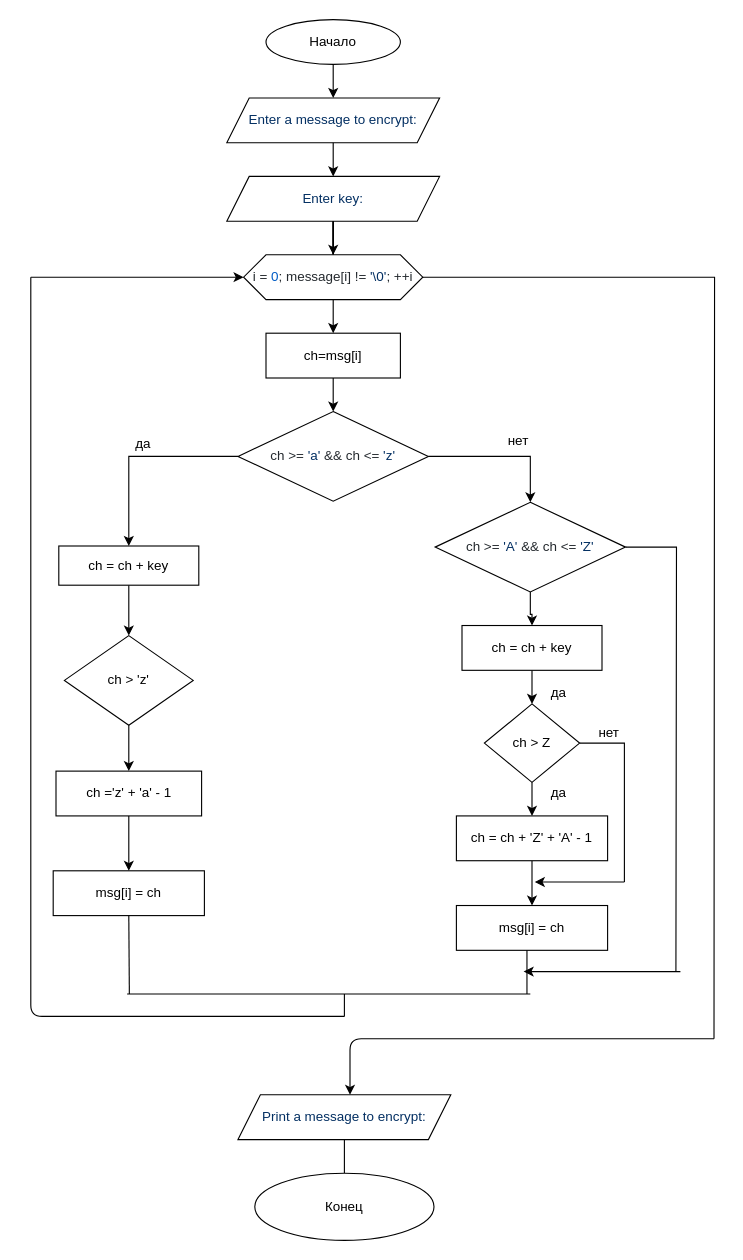
Longnguyen2006/Caesar-cipher keeps this draw.io diagram as Untitled Diagram.drawio. Above is the earlier version. Source tidied: cells renumbered, new cells numbered last; positions are measured from the earlier drawing's top-left corner, leaving out a move shared by most shapes. Both pictures are drawn from the tidied source at 112%, with x=0, y=0 at pixel (30, 19).
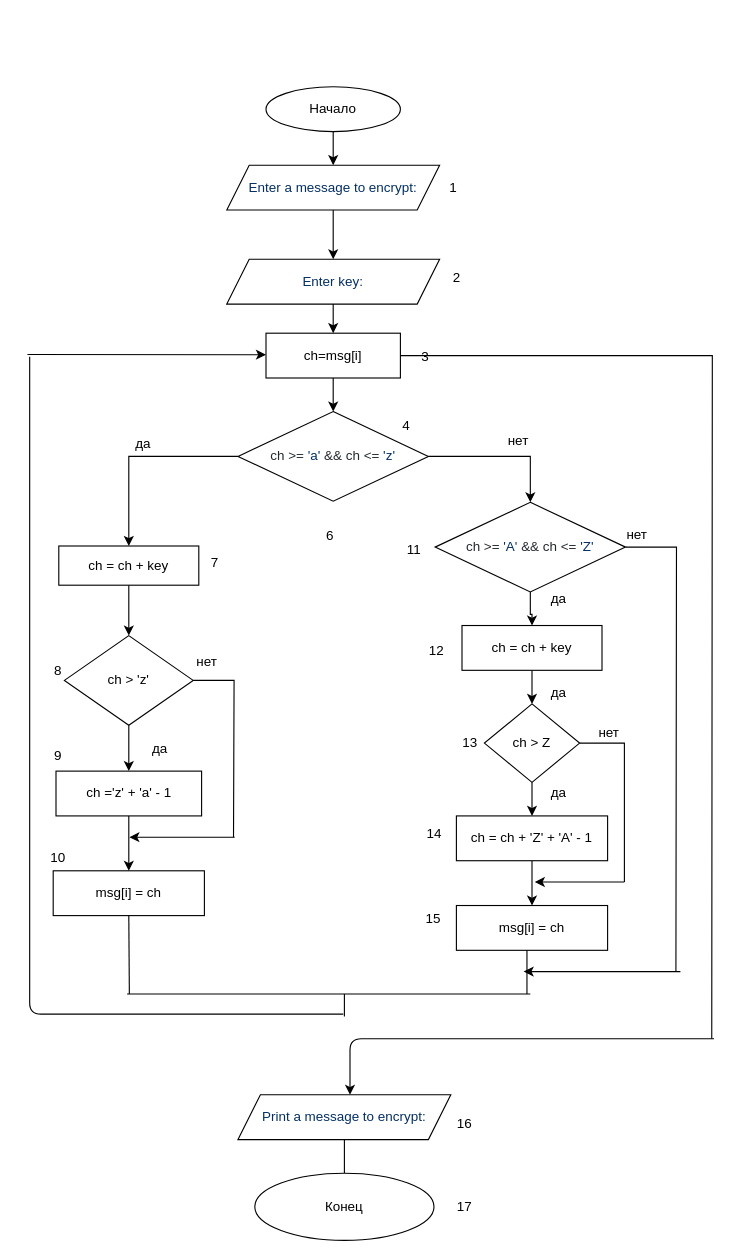
The same page after the edit.

The change refers to these unchanged cells:
```xml
<mxCell id="7" value="ch=msg[i]" style="whiteSpace=wrap;html=1;" parent="1" vertex="1">
  <mxGeometry x="210" y="280" width="120" height="40" as="geometry" />
</mxCell>
<mxCell id="25" value="ch &amp;gt; 'z'" style="rhombus;whiteSpace=wrap;html=1;" parent="1" vertex="1">
  <mxGeometry x="30" y="550" width="115" height="80" as="geometry" />
</mxCell>
```

Change to the diagram source:
```diff
@@
     <mxCell id="3" value="Начало" style="ellipse;whiteSpace=wrap;html=1;" parent="1" vertex="1">
-      <mxGeometry x="210" width="120" height="40" as="geometry" />
+      <mxGeometry x="210" y="60" width="120" height="40" as="geometry" />
     </mxCell>
-    <mxCell id="4" style="edgeStyle=orthogonalEdgeStyle;rounded=0;jettySize=auto;html=1;" parent="1" edge="1" source="14" target="7">
-      <mxGeometry relative="1" as="geometry" />
-    </mxCell>
     <mxCell id="5" value="&lt;span style=&quot;color: rgb(3 , 47 , 98) ; font-family: , &amp;#34;consolas&amp;#34; , &amp;#34;liberation mono&amp;#34; , &amp;#34;menlo&amp;#34; , monospace ; background-color: rgb(255 , 255 , 255)&quot;&gt;Enter a message to encrypt:&lt;/span&gt;" style="shape=parallelogram;perimeter=parallelogramPerimeter;whiteSpace=wrap;html=1;fixedSize=1;" parent="1" vertex="1">
-      <mxGeometry x="175" y="70" width="190" height="40" as="geometry" />
+      <mxGeometry x="175" y="130" width="190" height="40" as="geometry" />
     </mxCell>
@@
+    <mxCell id="54" style="edgeStyle=orthogonalEdgeStyle;rounded=0;jettySize=auto;html=1;endArrow=none;endFill=0;" parent="1" edge="1" source="7">
+      <mxGeometry relative="1" as="geometry">
+        <mxPoint x="608" y="910" as="targetPoint" />
+      </mxGeometry>
+    </mxCell>
@@
-    <mxCell id="8" value="&#10;&#10;&lt;span style=&quot;color: rgb(3, 47, 98); font-size: 12px; font-style: normal; font-weight: 400; letter-spacing: normal; text-indent: 0px; text-transform: none; word-spacing: 0px; background-color: rgb(255, 255, 255); display: inline; float: none;&quot;&gt;Enter key:&lt;/span&gt;&#10;&#10;" style="shape=parallelogram;perimeter=parallelogramPerimeter;whiteSpace=wrap;html=1;fixedSize=1;" parent="1" vertex="1">
-      <mxGeometry x="175" y="140" width="190" height="40" as="geometry" />
-    </mxCell>
+    <mxCell id="55" style="edgeStyle=orthogonalEdgeStyle;rounded=0;jettySize=auto;html=1;exitX=0.5;exitY=1;exitDx=0;exitDy=0;entryX=0.5;entryY=0;entryDx=0;entryDy=0;" parent="1" edge="1" source="8" target="7">
+      <mxGeometry relative="1" as="geometry" />
+    </mxCell>
@@
-    <mxCell id="10" style="edgeStyle=orthogonalEdgeStyle;rounded=0;jettySize=auto;html=1;endArrow=none;endFill=0;" parent="1" edge="1" source="14" target="8">
-      <mxGeometry relative="1" as="geometry" />
-    </mxCell>
-    <mxCell id="11" style="edgeStyle=orthogonalEdgeStyle;rounded=0;jettySize=auto;html=1;endArrow=none;endFill=0;" parent="1" edge="1" source="14" target="8">
-      <mxGeometry relative="1" as="geometry" />
-    </mxCell>
-    <mxCell id="12" style="edgeStyle=orthogonalEdgeStyle;rounded=0;jettySize=auto;html=1;endArrow=none;endFill=0;" parent="1" edge="1" source="14" target="8">
-      <mxGeometry relative="1" as="geometry" />
-    </mxCell>
-    <mxCell id="13" style="edgeStyle=orthogonalEdgeStyle;rounded=0;jettySize=auto;html=1;endArrow=none;endFill=0;" parent="1" edge="1" source="14">
-      <mxGeometry relative="1" as="geometry">
-        <mxPoint x="610" y="910" as="targetPoint" />
-      </mxGeometry>
-    </mxCell>
-    <mxCell id="14" value="&lt;span style=&quot;color: rgb(36 , 41 , 46) ; font-family: , &amp;#34;consolas&amp;#34; , &amp;#34;liberation mono&amp;#34; , &amp;#34;menlo&amp;#34; , monospace ; background-color: rgb(255 , 255 , 255)&quot;&gt;i = &lt;/span&gt;&lt;span class=&quot;pl-c1&quot; style=&quot;box-sizing: border-box ; color: rgb(0 , 92 , 197) ; font-family: , &amp;#34;consolas&amp;#34; , &amp;#34;liberation mono&amp;#34; , &amp;#34;menlo&amp;#34; , monospace ; background-color: rgb(255 , 255 , 255)&quot;&gt;0&lt;/span&gt;&lt;span style=&quot;color: rgb(36 , 41 , 46) ; font-family: , &amp;#34;consolas&amp;#34; , &amp;#34;liberation mono&amp;#34; , &amp;#34;menlo&amp;#34; , monospace ; background-color: rgb(255 , 255 , 255)&quot;&gt;; message[i] != &lt;/span&gt;&lt;span class=&quot;pl-s&quot; style=&quot;box-sizing: border-box ; color: rgb(3 , 47 , 98) ; font-family: , &amp;#34;consolas&amp;#34; , &amp;#34;liberation mono&amp;#34; , &amp;#34;menlo&amp;#34; , monospace ; background-color: rgb(255 , 255 , 255)&quot;&gt;&lt;span class=&quot;pl-pds&quot; style=&quot;box-sizing: border-box&quot;&gt;'&lt;/span&gt;&lt;span class=&quot;pl-cce&quot; style=&quot;box-sizing: border-box&quot;&gt;\0&lt;/span&gt;&lt;span class=&quot;pl-pds&quot; style=&quot;box-sizing: border-box&quot;&gt;'&lt;/span&gt;&lt;/span&gt;&lt;span style=&quot;color: rgb(36 , 41 , 46) ; font-family: , &amp;#34;consolas&amp;#34; , &amp;#34;liberation mono&amp;#34; , &amp;#34;menlo&amp;#34; , monospace ; background-color: rgb(255 , 255 , 255)&quot;&gt;; ++i&lt;/span&gt;" style="shape=hexagon;perimeter=hexagonPerimeter2;whiteSpace=wrap;html=1;fixedSize=1;" parent="1" vertex="1">
-      <mxGeometry x="190" y="210" width="160" height="40" as="geometry" />
-    </mxCell>
-    <mxCell id="15" style="edgeStyle=orthogonalEdgeStyle;rounded=0;jettySize=auto;html=1;" parent="1" edge="1" source="8" target="14">
-      <mxGeometry relative="1" as="geometry" />
-    </mxCell>
@@
+    <mxCell id="56" style="edgeStyle=orthogonalEdgeStyle;rounded=0;jettySize=auto;html=1;endArrow=none;endFill=0;" parent="1" edge="1" source="25">
+      <mxGeometry relative="1" as="geometry">
+        <mxPoint x="181" y="730" as="targetPoint" />
+      </mxGeometry>
+    </mxCell>
@@
     <mxCell id="47" style="edgeStyle=segmentEdgeStyle;endArrow=none;html=1;endFill=0;" parent="1" edge="1">
       <mxGeometry relative="1" as="geometry">
-        <mxPoint x="280" y="890" as="sourcePoint" />
-        <mxPoint y="230" as="targetPoint" />
+        <mxPoint x="279" y="888" as="sourcePoint" />
+        <mxPoint x="-1" y="301" as="targetPoint" />
       </mxGeometry>
     </mxCell>
@@
-    <mxCell id="49" style="endArrow=classic;html=1;entryX=0;entryY=0.5;entryDx=0;entryDy=0;" parent="1" edge="1" target="14">
+    <mxCell id="49" style="endArrow=classic;html=1;entryX=0;entryY=0.5;entryDx=0;entryDy=0;" parent="1" edge="1">
       <mxGeometry relative="1" as="geometry">
-        <mxPoint y="230" as="sourcePoint" />
+        <mxPoint x="-3" y="299" as="sourcePoint" />
+        <mxPoint x="210" y="299.2" as="targetPoint" />
       </mxGeometry>
     </mxCell>
@@
+    <mxCell id="57" value="1" style="text;html=1;align=center;verticalAlign=middle;" parent="1" vertex="1">
+      <mxGeometry x="368" y="141" width="17" height="18" as="geometry" />
+    </mxCell>
+    <mxCell id="58" value="4" style="text;html=1;align=center;verticalAlign=middle;" parent="1" vertex="1">
+      <mxGeometry x="326" y="354" width="17" height="18" as="geometry" />
+    </mxCell>
+    <mxCell id="59" value="2" style="text;html=1;align=center;verticalAlign=middle;" parent="1" vertex="1">
+      <mxGeometry x="371" y="222" width="17" height="18" as="geometry" />
+    </mxCell>
+    <mxCell id="60" value="3" style="text;html=1;align=center;verticalAlign=middle;" parent="1" vertex="1">
+      <mxGeometry x="343" y="292" width="17" height="18" as="geometry" />
+    </mxCell>
+    <mxCell id="61" value="6" style="text;html=1;align=center;verticalAlign=middle;" parent="1" vertex="1">
+      <mxGeometry x="258" y="452" width="17" height="18" as="geometry" />
+    </mxCell>
+    <mxCell id="62" value="12" style="text;html=1;align=center;verticalAlign=middle;" parent="1" vertex="1">
+      <mxGeometry x="350" y="555" width="23" height="18" as="geometry" />
+    </mxCell>
+    <mxCell id="63" value="7" style="text;html=1;align=center;verticalAlign=middle;" parent="1" vertex="1">
+      <mxGeometry x="155" y="476" width="17" height="18" as="geometry" />
+    </mxCell>
+    <mxCell id="64" value="8" style="text;html=1;align=center;verticalAlign=middle;" parent="1" vertex="1">
+      <mxGeometry x="15" y="573" width="17" height="18" as="geometry" />
+    </mxCell>
+    <mxCell id="65" value="9" style="text;html=1;align=center;verticalAlign=middle;" parent="1" vertex="1">
+      <mxGeometry x="15" y="649" width="17" height="18" as="geometry" />
+    </mxCell>
+    <mxCell id="66" value="10" style="text;html=1;align=center;verticalAlign=middle;" parent="1" vertex="1">
+      <mxGeometry x="12" y="740" width="23" height="18" as="geometry" />
+    </mxCell>
+    <mxCell id="67" value="11" style="text;html=1;align=center;verticalAlign=middle;" parent="1" vertex="1">
+      <mxGeometry x="330" y="465" width="23" height="18" as="geometry" />
+    </mxCell>
+    <mxCell id="68" value="13" style="text;html=1;align=center;verticalAlign=middle;" parent="1" vertex="1">
+      <mxGeometry x="380" y="637" width="23" height="18" as="geometry" />
+    </mxCell>
+    <mxCell id="69" value="16" style="text;html=1;align=center;verticalAlign=middle;" parent="1" vertex="1">
+      <mxGeometry x="375" y="977" width="23" height="18" as="geometry" />
+    </mxCell>
+    <mxCell id="70" value="15" style="text;html=1;align=center;verticalAlign=middle;" parent="1" vertex="1">
+      <mxGeometry x="347" y="794" width="23" height="18" as="geometry" />
+    </mxCell>
+    <mxCell id="71" value="14" style="text;html=1;align=center;verticalAlign=middle;" parent="1" vertex="1">
+      <mxGeometry x="348" y="718" width="23" height="18" as="geometry" />
+    </mxCell>
+    <mxCell id="72" value="17" style="text;html=1;align=center;verticalAlign=middle;" parent="1" vertex="1">
+      <mxGeometry x="375" y="1051" width="23" height="18" as="geometry" />
+    </mxCell>
+    <mxCell id="8" value="&#10;&#10;&lt;span style=&quot;color: rgb(3, 47, 98); font-size: 12px; font-style: normal; font-weight: 400; letter-spacing: normal; text-indent: 0px; text-transform: none; word-spacing: 0px; background-color: rgb(255, 255, 255); display: inline; float: none;&quot;&gt;Enter key:&lt;/span&gt;&#10;&#10;" style="shape=parallelogram;perimeter=parallelogramPerimeter;whiteSpace=wrap;html=1;fixedSize=1;" parent="1" vertex="1">
+      <mxGeometry x="175" y="214" width="190" height="40" as="geometry" />
+    </mxCell>
+    <mxCell id="73" value="нет" style="text;html=1;align=center;verticalAlign=middle;" parent="1" vertex="1">
+      <mxGeometry x="526" y="450" width="30" height="20" as="geometry" />
+    </mxCell>
+    <mxCell id="74" value="да" style="text;html=1;align=center;verticalAlign=middle;" parent="1" vertex="1">
+      <mxGeometry x="456" y="507" width="30" height="20" as="geometry" />
+    </mxCell>
+    <mxCell id="75" value="да" style="text;html=1;align=center;verticalAlign=middle;" parent="1" vertex="1">
+      <mxGeometry x="100" y="641" width="30" height="20" as="geometry" />
+    </mxCell>
+    <mxCell id="76" value="нет" style="text;html=1;align=center;verticalAlign=middle;" parent="1" vertex="1">
+      <mxGeometry x="142" y="564" width="30" height="20" as="geometry" />
+    </mxCell>
+    <mxCell id="77" style="endArrow=classic;html=1;" parent="1" edge="1">
+      <mxGeometry relative="1" as="geometry">
+        <mxPoint x="182" y="730" as="sourcePoint" />
+        <mxPoint x="88" y="730" as="targetPoint" />
+      </mxGeometry>
+    </mxCell>
```
